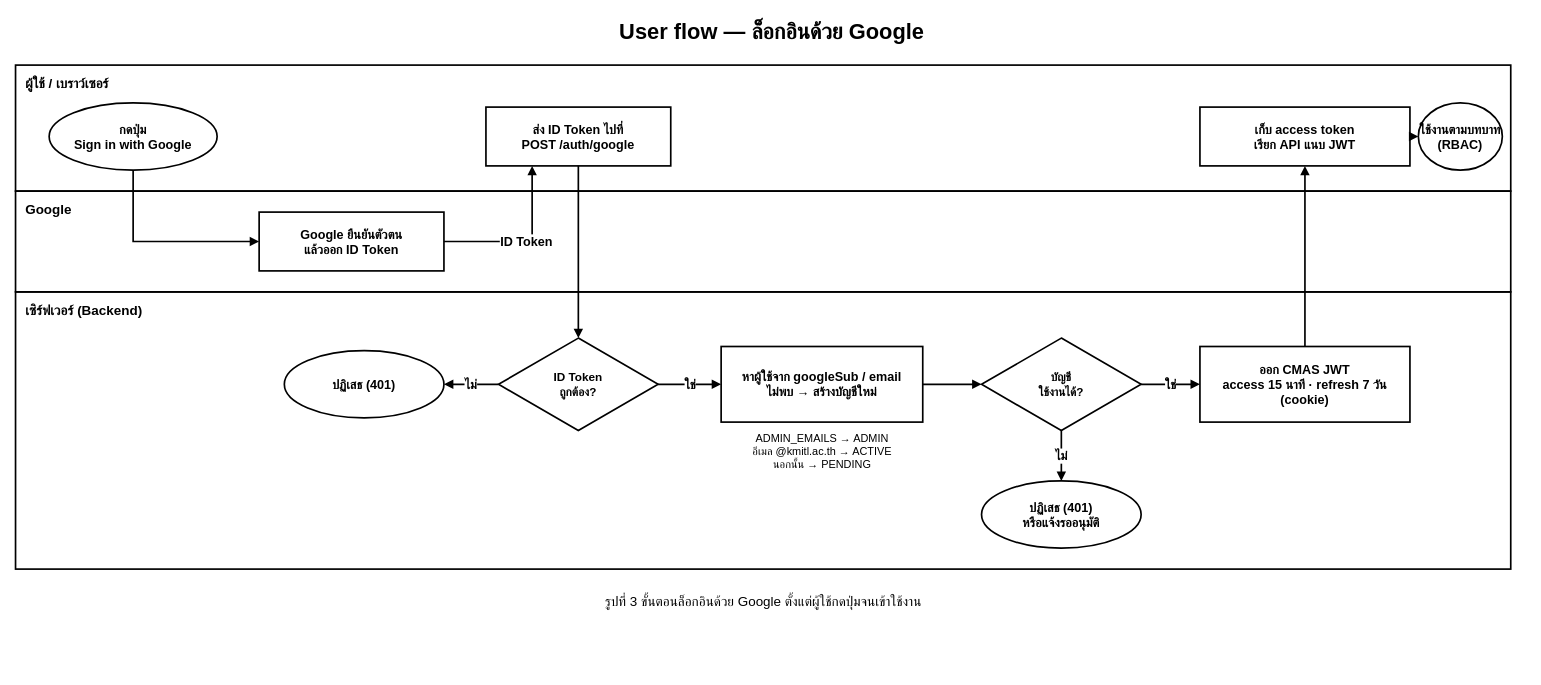
This is page "User flow (Google login)" (2 of 4) of docs/diagrams/architecture/CMAS-Architecture-Overview.drawio from SIET-KMITL-INCEPTIO/CMAS-CLO, a draw.io file, before an edit. Source tidied: cells renumbered, new cells numbered last; positions are measured from the earlier drawing's top-left corner, leaving out a move shared by most shapes. Both pictures are drawn from the tidied source at 84%, with x=0, y=0 at pixel (15, 14).
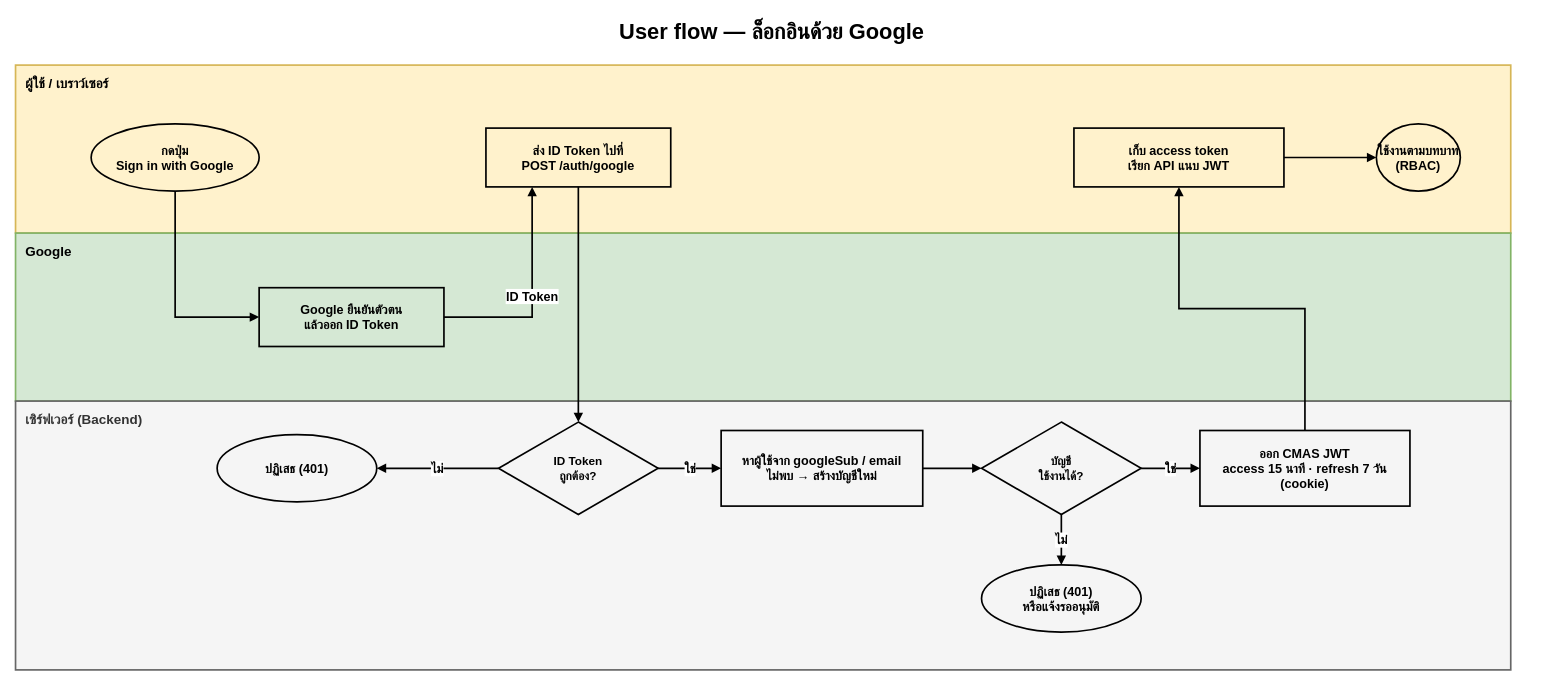
The same page after the edit.

Change to the diagram source:
```diff
@@
-    <mxCell id="3" value="ผู้ใช้ / เบราว์เซอร์" style="rounded=0;whiteSpace=wrap;html=1;fillColor=none;strokeColor=#000000;strokeWidth=2;align=left;verticalAlign=top;spacingLeft=10;spacingTop=6;fontSize=16;fontStyle=1;" parent="1" vertex="1">
-      <mxGeometry y="60" width="1780" height="150" as="geometry" />
+    <mxCell id="3" value="ผู้ใช้ / เบราว์เซอร์" style="rounded=0;whiteSpace=wrap;html=1;fillColor=#fff2cc;strokeColor=#d6b656;strokeWidth=2;align=left;verticalAlign=top;spacingLeft=10;spacingTop=6;fontSize=16;fontStyle=1;" parent="1" vertex="1">
+      <mxGeometry y="60" width="1780" height="200" as="geometry" />
     </mxCell>
-    <mxCell id="4" value="Google" style="rounded=0;whiteSpace=wrap;html=1;fillColor=none;strokeColor=#000000;strokeWidth=2;align=left;verticalAlign=top;spacingLeft=10;spacingTop=6;fontSize=16;fontStyle=1;" parent="1" vertex="1">
-      <mxGeometry y="210" width="1780" height="120" as="geometry" />
+    <mxCell id="4" value="Google" style="rounded=0;whiteSpace=wrap;html=1;fillColor=#d5e8d4;strokeColor=#82b366;strokeWidth=2;align=left;verticalAlign=top;spacingLeft=10;spacingTop=6;fontSize=16;fontStyle=1;" parent="1" vertex="1">
+      <mxGeometry y="260" width="1780" height="200" as="geometry" />
     </mxCell>
-    <mxCell id="5" value="เซิร์ฟเวอร์ (Backend)" style="rounded=0;whiteSpace=wrap;html=1;fillColor=none;strokeColor=#000000;strokeWidth=2;align=left;verticalAlign=top;spacingLeft=10;spacingTop=6;fontSize=16;fontStyle=1;" parent="1" vertex="1">
-      <mxGeometry y="330" width="1780" height="330" as="geometry" />
+    <mxCell id="5" value="เซิร์ฟเวอร์ (Backend)" style="rounded=0;whiteSpace=wrap;html=1;fillColor=#f5f5f5;strokeColor=#666666;strokeWidth=2;align=left;verticalAlign=top;spacingLeft=10;spacingTop=6;fontSize=16;fontStyle=1;fontColor=#333333;" parent="1" vertex="1">
+      <mxGeometry y="460" width="1780" height="320" as="geometry" />
     </mxCell>
     <mxCell id="6" value="กดปุ่ม&lt;br&gt;Sign in with Google" style="ellipse;whiteSpace=wrap;html=1;fillColor=none;strokeColor=#000000;strokeWidth=2;fontSize=15;fontStyle=1;" parent="1" vertex="1">
-      <mxGeometry x="40" y="105" width="200" height="80" as="geometry" />
+      <mxGeometry x="90" y="130" width="200" height="80" as="geometry" />
     </mxCell>
     <mxCell id="7" value="Google ยืนยันตัวตน&lt;br&gt;แล้วออก ID Token" style="rounded=0;whiteSpace=wrap;html=1;fillColor=none;strokeColor=#000000;strokeWidth=2;fontSize=15;fontStyle=1;" parent="1" vertex="1">
-      <mxGeometry x="290" y="235" width="220" height="70" as="geometry" />
+      <mxGeometry x="290" y="325" width="220" height="70" as="geometry" />
     </mxCell>
     <mxCell id="8" value="ส่ง ID Token ไปที่&lt;br&gt;POST /auth/google" style="rounded=0;whiteSpace=wrap;html=1;fillColor=none;strokeColor=#000000;strokeWidth=2;fontSize=15;fontStyle=1;" parent="1" vertex="1">
-      <mxGeometry x="560" y="110" width="220" height="70" as="geometry" />
+      <mxGeometry x="560" y="135" width="220" height="70" as="geometry" />
     </mxCell>
     <mxCell id="9" value="ID Token&lt;br&gt;ถูกต้อง?" style="rhombus;whiteSpace=wrap;html=1;fillColor=none;strokeColor=#000000;strokeWidth=2;fontSize=14;fontStyle=1;" parent="1" vertex="1">
-      <mxGeometry x="575" y="385" width="190" height="110" as="geometry" />
+      <mxGeometry x="575" y="485" width="190" height="110" as="geometry" />
     </mxCell>
     <mxCell id="10" value="ปฏิเสธ (401)" style="ellipse;whiteSpace=wrap;html=1;fillColor=none;strokeColor=#000000;strokeWidth=2;fontSize=15;fontStyle=1;" parent="1" vertex="1">
-      <mxGeometry x="320" y="400" width="190" height="80" as="geometry" />
+      <mxGeometry x="240" y="500" width="190" height="80" as="geometry" />
     </mxCell>
     <mxCell id="11" value="หาผู้ใช้จาก googleSub / email&lt;br&gt;ไม่พบ → สร้างบัญชีใหม่" style="rounded=0;whiteSpace=wrap;html=1;fillColor=none;strokeColor=#000000;strokeWidth=2;fontSize=15;fontStyle=1;" parent="1" vertex="1">
-      <mxGeometry x="840" y="395" width="240" height="90" as="geometry" />
+      <mxGeometry x="840" y="495" width="240" height="90" as="geometry" />
     </mxCell>
-    <mxCell id="12" value="ADMIN_EMAILS → ADMIN&lt;br&gt;อีเมล @kmitl.ac.th → ACTIVE&lt;br&gt;นอกนั้น → PENDING" style="text;html=1;align=center;verticalAlign=middle;fontStyle=1;fontSize=13;fontStyle=0;" parent="1" vertex="1">
-      <mxGeometry x="840" y="490" width="240" height="60" as="geometry" />
-    </mxCell>
     <mxCell id="13" value="บัญชี&lt;br&gt;ใช้งานได้?" style="rhombus;whiteSpace=wrap;html=1;fillColor=none;strokeColor=#000000;strokeWidth=2;fontSize=14;fontStyle=1;" parent="1" vertex="1">
-      <mxGeometry x="1150" y="385" width="190" height="110" as="geometry" />
+      <mxGeometry x="1150" y="485" width="190" height="110" as="geometry" />
     </mxCell>
     <mxCell id="14" value="ปฏิเสธ (401)&lt;br&gt;หรือแจ้งรออนุมัติ" style="ellipse;whiteSpace=wrap;html=1;fillColor=none;strokeColor=#000000;strokeWidth=2;fontSize=15;fontStyle=1;" parent="1" vertex="1">
-      <mxGeometry x="1150" y="555" width="190" height="80" as="geometry" />
+      <mxGeometry x="1150" y="655" width="190" height="80" as="geometry" />
     </mxCell>
     <mxCell id="15" value="ออก CMAS JWT&lt;br&gt;access 15 นาที · refresh 7 วัน (cookie)" style="rounded=0;whiteSpace=wrap;html=1;fillColor=none;strokeColor=#000000;strokeWidth=2;fontSize=15;fontStyle=1;" parent="1" vertex="1">
-      <mxGeometry x="1410" y="395" width="250" height="90" as="geometry" />
+      <mxGeometry x="1410" y="495" width="250" height="90" as="geometry" />
     </mxCell>
     <mxCell id="16" value="เก็บ access token&lt;br&gt;เรียก API แนบ JWT" style="rounded=0;whiteSpace=wrap;html=1;fillColor=none;strokeColor=#000000;strokeWidth=2;fontSize=15;fontStyle=1;" parent="1" vertex="1">
-      <mxGeometry x="1410" y="110" width="250" height="70" as="geometry" />
+      <mxGeometry x="1260" y="135" width="250" height="70" as="geometry" />
     </mxCell>
     <mxCell id="17" value="ใช้งานตามบทบาท&lt;br&gt;(RBAC)" style="ellipse;whiteSpace=wrap;html=1;fillColor=none;strokeColor=#000000;strokeWidth=2;fontSize=15;fontStyle=1;" parent="1" vertex="1">
-      <mxGeometry x="1670" y="105" width="100" height="80" as="geometry" />
+      <mxGeometry x="1620" y="130" width="100" height="80" as="geometry" />
     </mxCell>
@@
-    <mxCell id="28" value="รูปที่ 3 ขั้นตอนล็อกอินด้วย Google ตั้งแต่ผู้ใช้กดปุ่มจนเข้าใช้งาน" style="text;html=1;align=center;verticalAlign=middle;fontStyle=1;fontSize=16;fontStyle=0;" parent="1" vertex="1">
-      <mxGeometry y="680" width="1780" height="36" as="geometry" />
-    </mxCell>
```
